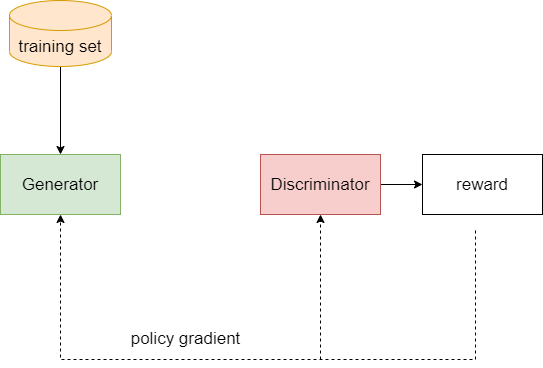
lakomi/pictures keeps this draw.io diagram as seqgan.drawio.png. Above is the earlier version. Source tidied: cells renumbered, new cells last; positions are measured from the earlier drawing's top-left corner, leaving out a move shared by most shapes.
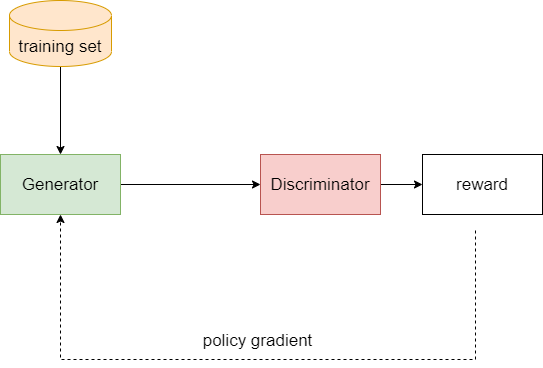
After the commit.

What changed in the source:
```diff
@@ -2,6 +2,9 @@
   <root>
     <mxCell id="0" />
     <mxCell id="1" parent="0" />
+    <mxCell id="11" style="edgeStyle=orthogonalEdgeStyle;rounded=0;jettySize=auto;html=1;fontSize=17;" parent="1" edge="1" source="2" target="4">
+      <mxGeometry relative="1" as="geometry" />
+    </mxCell>
     <mxCell id="2" value="Generator" style="rounded=0;whiteSpace=wrap;html=1;fillColor=#d5e8d4;strokeColor=#82b366;fontSize=17;" parent="1" vertex="1">
       <mxGeometry y="154" width="120" height="60" as="geometry" />
     </mxCell>
@@ -18,7 +21,7 @@
       <mxGeometry x="9" width="102" height="66" as="geometry" />
     </mxCell>
     <mxCell id="7" value="policy gradient" style="text;html=1;align=center;verticalAlign=middle;strokeColor=none;fillColor=none;fontSize=17;" parent="1" vertex="1">
-      <mxGeometry x="125" y="326" width="120" height="24" as="geometry" />
+      <mxGeometry x="197" y="328" width="120" height="24" as="geometry" />
     </mxCell>
     <mxCell id="8" style="edgeStyle=elbowEdgeStyle;elbow=vertical;endArrow=classic;html=1;rounded=0;fontSize=20;entryX=0.5;entryY=1;entryDx=0;entryDy=0;dashed=1;" parent="1" edge="1" target="2">
       <mxGeometry relative="1" as="geometry">
@@ -28,11 +31,6 @@
         </Array>
       </mxGeometry>
     </mxCell>
-    <mxCell id="9" style="endArrow=classic;html=1;rounded=0;dashed=1;fontSize=20;entryX=0.5;entryY=1;entryDx=0;entryDy=0;" parent="1" edge="1" target="4">
-      <mxGeometry relative="1" as="geometry">
-        <mxPoint x="320" y="359" as="sourcePoint" />
-      </mxGeometry>
-    </mxCell>
     <mxCell id="10" value="reward" style="rounded=0;whiteSpace=wrap;html=1;fontSize=17;" parent="1" vertex="1">
       <mxGeometry x="422" y="154" width="120" height="60" as="geometry" />
     </mxCell>
```
